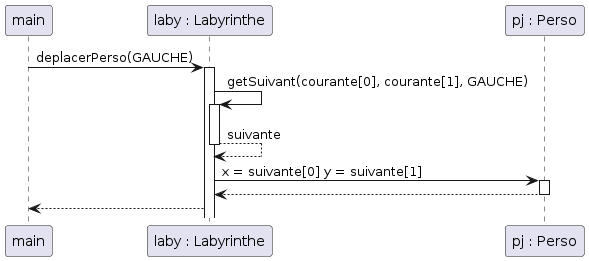
remi-choffat/2024_Zeldiablo_remi-choffat_Cesareuh_katrinltvnv keeps this PlantUML diagram as documents/version_1/diag_seq_perso-gauche.png. Above is the earlier version.
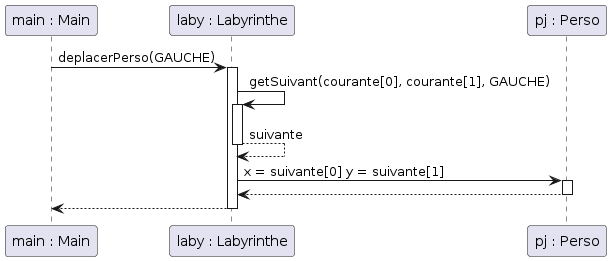
Above is the later version.

Commit message:
Diagramme de classe v1 et correction LabyDessin

What changed in the source:
```diff
@@ -1,5 +1,5 @@
 @startuml
-participant main
+participant main as "main : Main"
 participant laby as "laby : Labyrinthe"
 participant pj as "pj : Perso"
 main -> laby : deplacerPerso(GAUCHE)
@@ -13,4 +13,5 @@
 pj --> laby
 deactivate pj
 laby --> main
+deactivate laby
 @enduml
```
